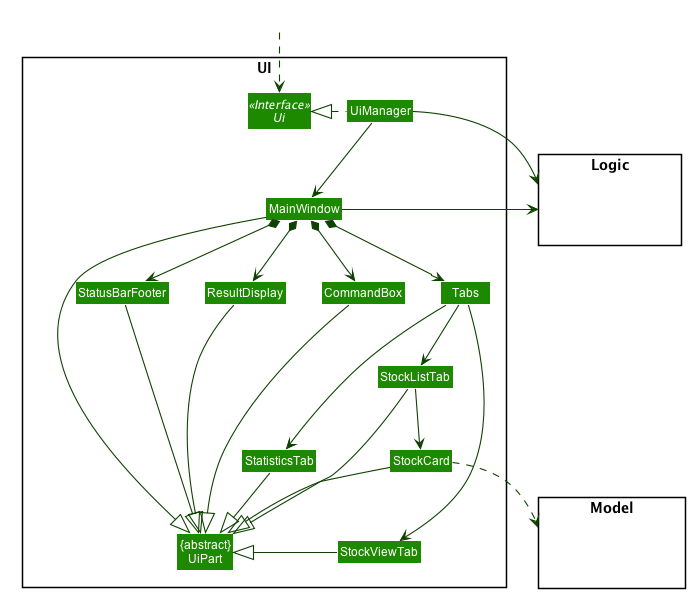
The PlantUML diagram docs/images/UiClassDiagram.png in nus-cs2103-AY2021S1/tp, before a commit.
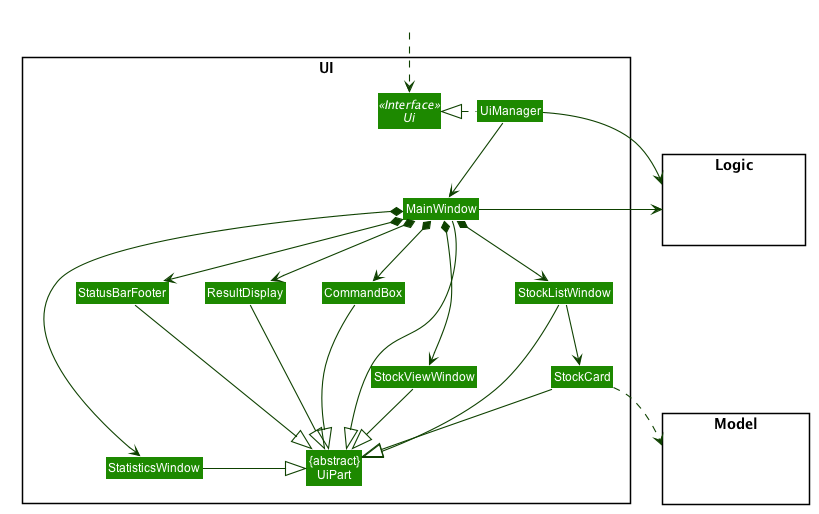
After the commit.

The edit, as a diff of the source:
```diff
@@ -56,14 +56,13 @@
 Class "{abstract}\nUiPart" as UiPart
 Class UiManager
 Class MainWindow
-Class Tabs
 Class ResultDisplay
-Class StockListTab
+Class StockListWindow
 Class StockCard
 Class StatusBarFooter
 Class CommandBox
-Class StatisticsTab
-Class StockViewTab
+Class StatisticsWindow
+Class StockViewWindow
 }
 
 package Model <<Rectangle>> {
@@ -79,26 +78,24 @@
 
 UiManager .left.|> Ui
 UiManager -down-> MainWindow
-MainWindow *-down-> Tabs
 MainWindow *-down-> CommandBox
 MainWindow *-down-> ResultDisplay
 MainWindow *-down-> StatusBarFooter
+MainWindow *-down-> StatisticsWindow
+MainWindow *-down-> StockListWindow
+MainWindow *-down-> StockViewWindow
 
-Tabs -down-> StatisticsTab
-Tabs -down-> StockListTab
-Tabs -down-> StockViewTab
-
-StockListTab -down-> StockCard
+StockListWindow -down-> StockCard
 
 MainWindow -left-|> UiPart
 
 ResultDisplay --|> UiPart
 CommandBox --|> UiPart
-StockListTab --|> UiPart
+StockListWindow --|> UiPart
 StockCard --|> UiPart
 StatusBarFooter --|> UiPart
-StatisticsTab -down|> UiPart
-StockViewTab -down|> UiPart
+StatisticsWindow -down|> UiPart
+StockViewWindow -down|> UiPart
 
 StockCard ..> Model
 UiManager -right-> Logic
```
